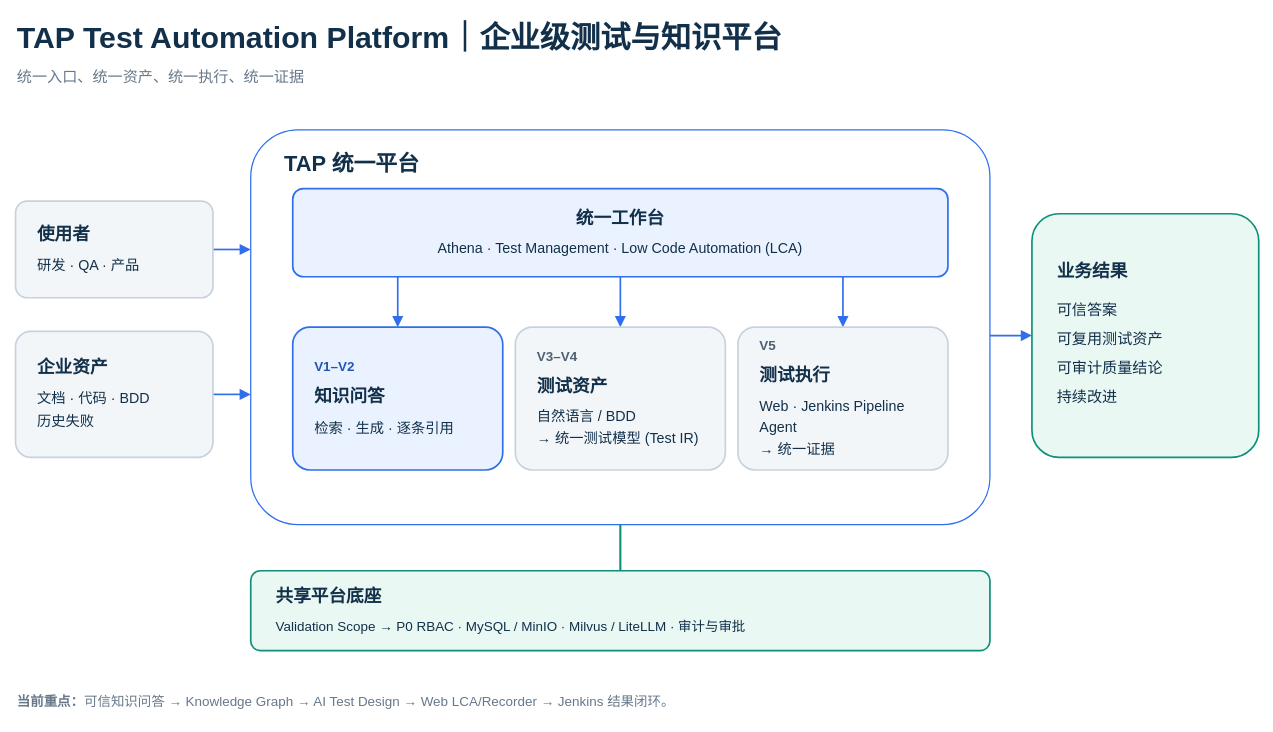
This is docs/architecture/2026-08-27-tap-platform-architecture.drawio from patrickstarpty/tap, a draw.io file, before an edit. Source tidied: cells renumbered, new cells numbered last; positions are measured from the earlier drawing's top-left corner, leaving out a move shared by most shapes. Both pictures are drawn from the tidied source at 84%, with x=0, y=0 at pixel (15, 14).
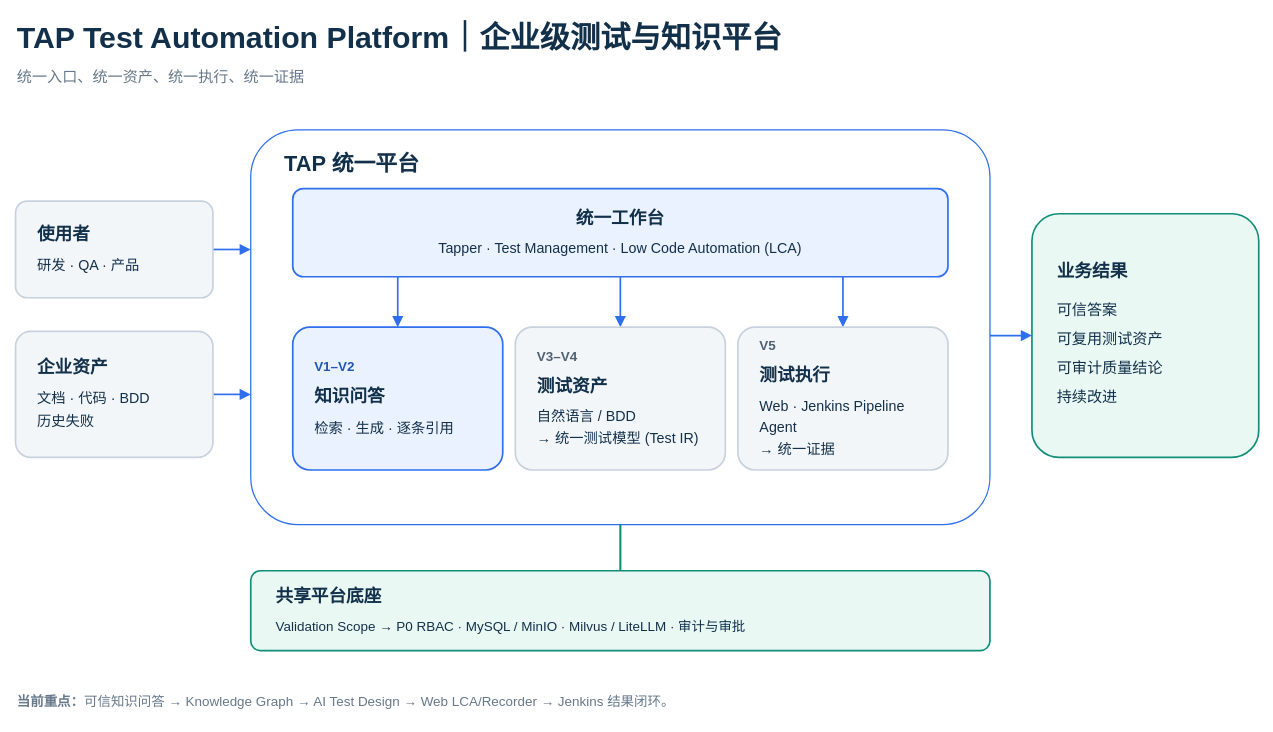
The same page after the edit.

The edit, as a diff of the source:
```diff
@@
-    <mxCell id="14" value="&lt;div style=&quot;font-size:21px;line-height:1.25;&quot;&gt;&lt;b&gt;统一工作台&lt;/b&gt;&lt;/div&gt;&lt;div style=&quot;font-size:17px;line-height:1.5;margin-top:10px;&quot;&gt;Athena · Test Management · Low Code Automation (LCA)&lt;/div&gt;" style="rounded=1;arcSize=12;whiteSpace=wrap;html=1;fillColor=#EAF2FF;strokeColor=#2F6FED;strokeWidth=2;fontColor=#12304A;fontFamily=Arial;fontSize=17;align=center;verticalAlign=middle;spacingLeft=24;spacingRight=24;" parent="1" vertex="1">
+    <mxCell id="14" value="&lt;div style=&quot;font-size:21px;line-height:1.25;&quot;&gt;&lt;b&gt;统一工作台&lt;/b&gt;&lt;/div&gt;&lt;div style=&quot;font-size:17px;line-height:1.5;margin-top:10px;&quot;&gt;Tapper · Test Management · Low Code Automation (LCA)&lt;/div&gt;" style="rounded=1;arcSize=12;whiteSpace=wrap;html=1;fillColor=#EAF2FF;strokeColor=#2F6FED;strokeWidth=2;fontColor=#12304A;fontFamily=Arial;fontSize=17;align=center;verticalAlign=middle;spacingLeft=24;spacingRight=24;" parent="1" vertex="1">
       <mxGeometry x="330" y="207" width="780" height="105" as="geometry" />
     </mxCell>
```
